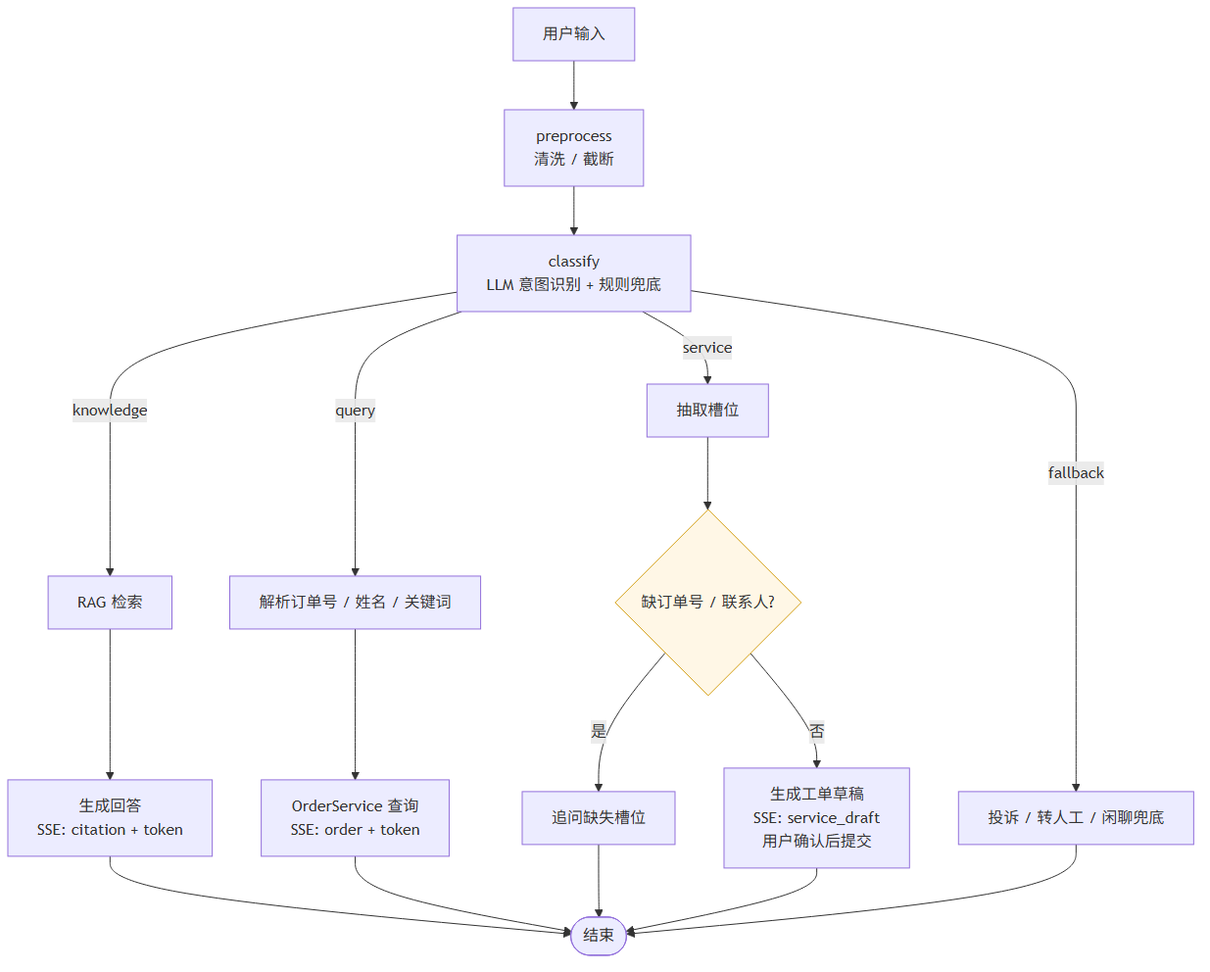
Before: docs/routing.png, a diagram exported from Mermaid (II777II/qa-ticket-agent). Its source is kept beside it as docs/routing.mmd.
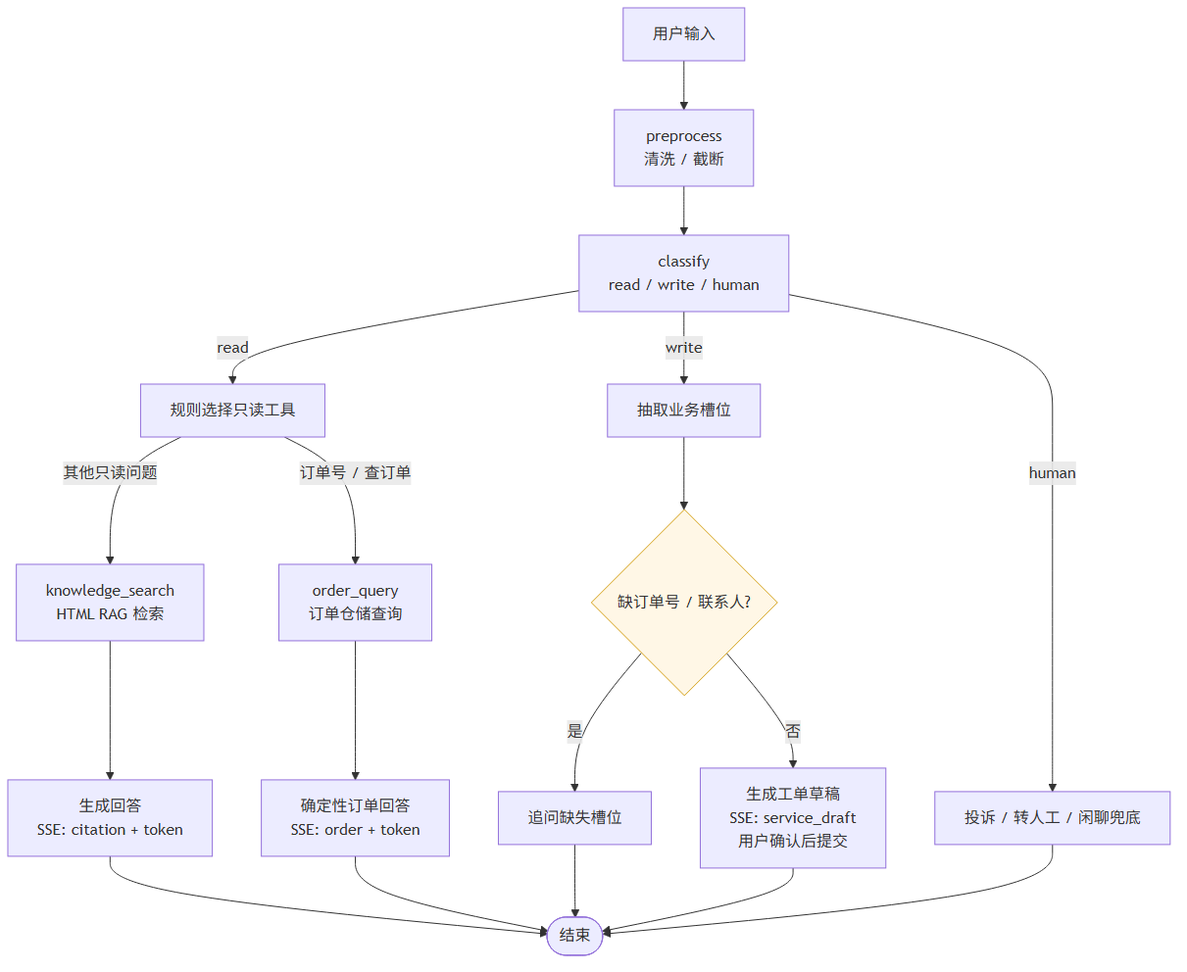
The same file after the commit.

The edit, as a diff of the source:
```diff
@@ -1,15 +1,16 @@
 flowchart TD
     U["用户输入"] --> P["preprocess<br/>清洗 / 截断"]
-    P --> C["classify<br/>LLM 意图识别 + 规则兜底"]
-    C -- knowledge --> K1["RAG 检索"]
+    P --> C["classify<br/>read / write / human"]
+    C -- read --> R["规则选择只读工具"]
+    R -- 订单号 / 查订单 --> Q1["order_query<br/>订单仓储查询"]
+    R -- 其他只读问题 --> K1["knowledge_search<br/>HTML RAG 检索"]
     K1 --> K2["生成回答<br/>SSE: citation + token"]
-    C -- query --> Q1["解析订单号 / 姓名 / 关键词"]
-    Q1 --> Q2["OrderService 查询<br/>SSE: order + token"]
-    C -- service --> S1["抽取槽位"]
+    Q1 --> Q2["确定性订单回答<br/>SSE: order + token"]
+    C -- write --> S1["抽取业务槽位"]
     S1 --> S2{"缺订单号 / 联系人?"}
     S2 -- 是 --> S3["追问缺失槽位"]
     S2 -- 否 --> S4["生成工单草稿<br/>SSE: service_draft<br/>用户确认后提交"]
-    C -- fallback --> F1["投诉 / 转人工 / 闲聊兜底"]
+    C -- human --> F1["投诉 / 转人工 / 闲聊兜底"]
     K2 --> E(["结束"])
     Q2 --> E
     S3 --> E
```
